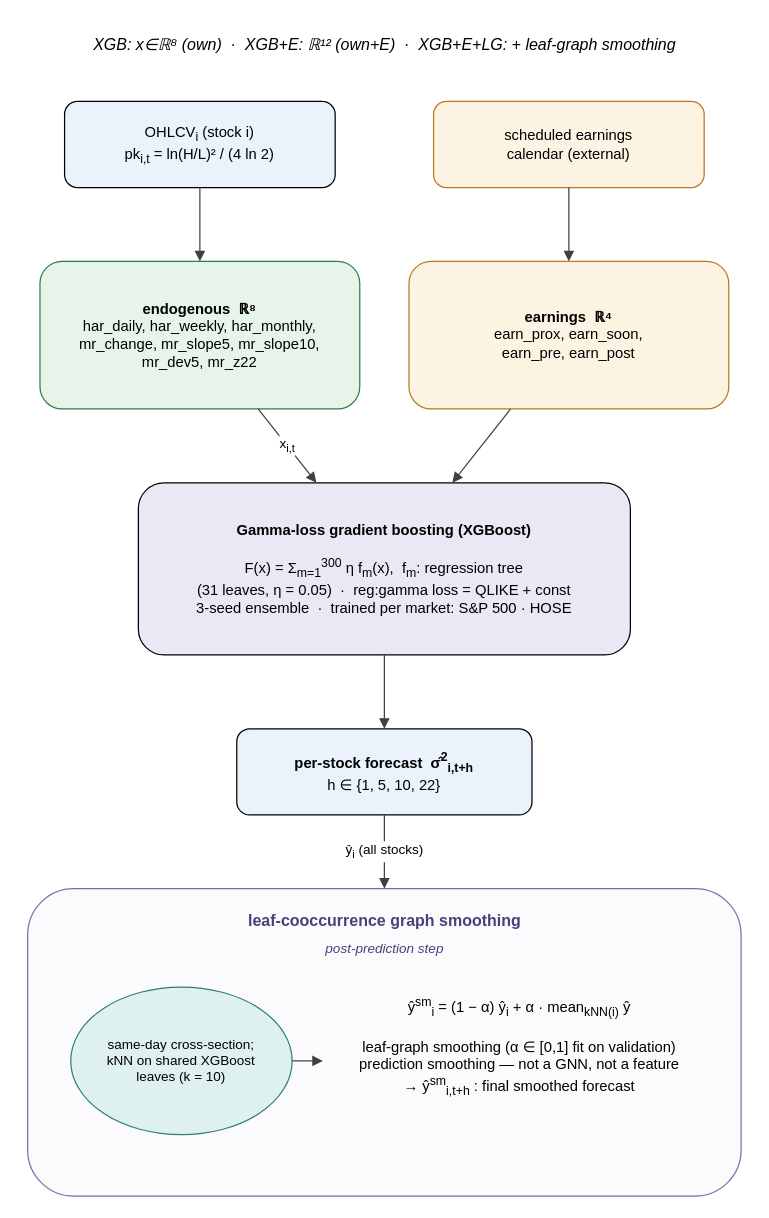
The draw.io diagram docs/paper/figures/fig_architecture.drawio in ntquy9901/stock_vol_prediction01, before the edit. Source tidied: cells renumbered, new cells numbered last; positions are measured from the earlier drawing's top-left corner, leaving out a move shared by most shapes. Both pictures are drawn from the tidied source at 123%, with x=0, y=0 at pixel (27, 27).
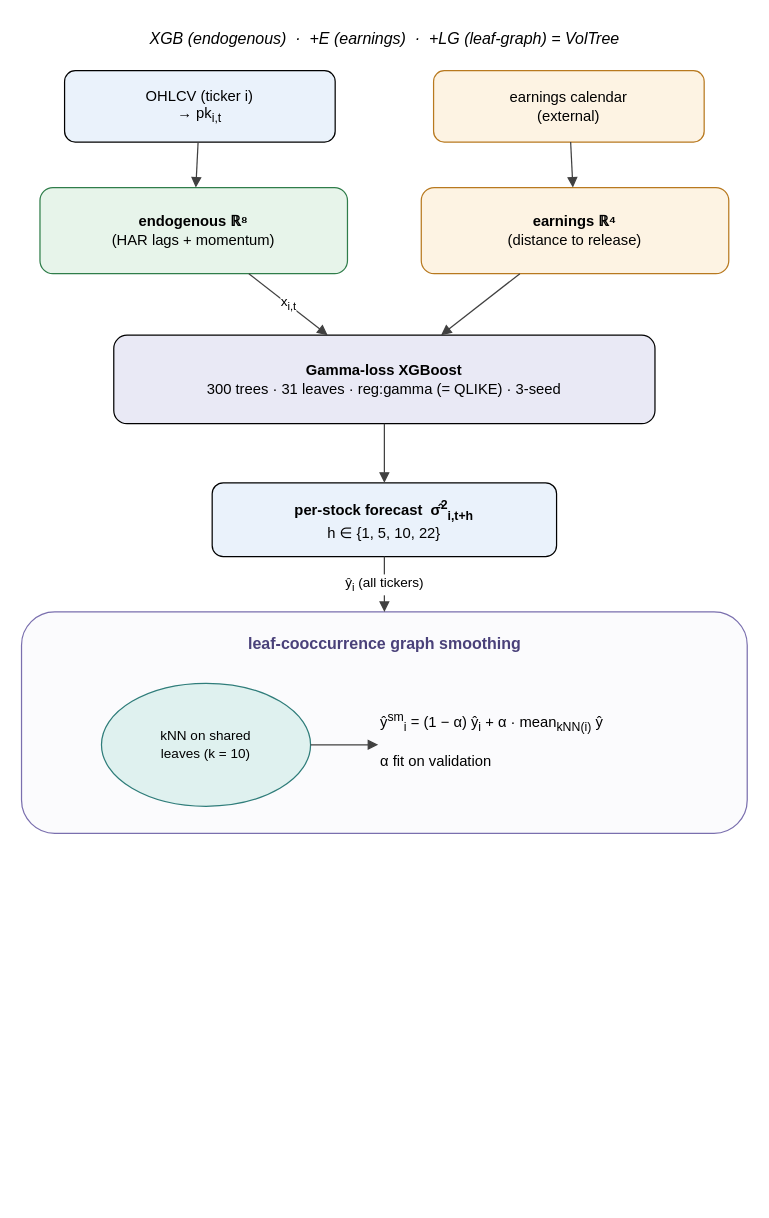
The same page after the edit.

What changed in the source:
```diff
@@
-    <mxCell id="2" value="XGB: x∈ℝ⁸ (own)  ·  XGB+E: ℝ¹² (own+E)  ·  XGB+E+LG: + leaf-graph smoothing" style="text;html=1;align=center;fontSize=13;fontStyle=2;" parent="1" vertex="1">
-      <mxGeometry x="10" width="560" height="30" as="geometry" />
+    <mxCell id="2" value="XGB (endogenous)  ·  +E (earnings)  ·  +LG (leaf-graph) = VolTree" style="text;html=1;align=center;fontSize=13;fontStyle=2;" parent="1" vertex="1">
+      <mxGeometry x="10" y="-5" width="560" height="26" as="geometry" />
     </mxCell>
-    <mxCell id="3" value="OHLCV&lt;sub&gt;i&lt;/sub&gt; (stock i)&lt;br&gt;pk&lt;sub&gt;i,t&lt;/sub&gt; = ln(H/L)² / (4 ln 2)" style="rounded=1;whiteSpace=wrap;html=1;fillColor=#eaf2fb;strokeColor=#000000;fontSize=12;verticalAlign=middle;" parent="1" vertex="1">
-      <mxGeometry x="30" y="60" width="220" height="70" as="geometry" />
+    <mxCell id="3" value="OHLCV (ticker i)&lt;br&gt;→ pk&lt;sub&gt;i,t&lt;/sub&gt;" style="rounded=1;whiteSpace=wrap;html=1;fillColor=#eaf2fb;strokeColor=#000000;fontSize=12;verticalAlign=middle;" parent="1" vertex="1">
+      <mxGeometry x="30" y="35" width="220" height="58" as="geometry" />
     </mxCell>
-    <mxCell id="4" value="scheduled earnings&lt;br&gt;calendar (external)" style="rounded=1;whiteSpace=wrap;html=1;fillColor=#fdf3e3;strokeColor=#b8791f;fontSize=12;verticalAlign=middle;" parent="1" vertex="1">
-      <mxGeometry x="330" y="60" width="220" height="70" as="geometry" />
+    <mxCell id="4" value="earnings calendar&lt;br&gt;(external)" style="rounded=1;whiteSpace=wrap;html=1;fillColor=#fdf3e3;strokeColor=#b8791f;fontSize=12;verticalAlign=middle;" parent="1" vertex="1">
+      <mxGeometry x="330" y="35" width="220" height="58" as="geometry" />
     </mxCell>
-    <mxCell id="5" value="&lt;b&gt;endogenous  ℝ⁸&lt;/b&gt;&lt;br&gt;har_daily, har_weekly, har_monthly,&lt;br&gt;mr_change, mr_slope5, mr_slope10,&lt;br&gt;mr_dev5, mr_z22" style="rounded=1;whiteSpace=wrap;html=1;fillColor=#e7f4ea;strokeColor=#2f7d4a;fontSize=12;verticalAlign=middle;" parent="1" vertex="1">
-      <mxGeometry x="10" y="190" width="260" height="120" as="geometry" />
+    <mxCell id="5" value="&lt;b&gt;endogenous ℝ⁸&lt;/b&gt;&lt;br&gt;(HAR lags + momentum)" style="rounded=1;whiteSpace=wrap;html=1;fillColor=#e7f4ea;strokeColor=#2f7d4a;fontSize=12;verticalAlign=middle;" parent="1" vertex="1">
+      <mxGeometry x="10" y="130" width="250" height="70" as="geometry" />
     </mxCell>
-    <mxCell id="6" value="&lt;b&gt;earnings  ℝ⁴&lt;/b&gt;&lt;br&gt;earn_prox, earn_soon,&lt;br&gt;earn_pre, earn_post" style="rounded=1;whiteSpace=wrap;html=1;fillColor=#fdf3e3;strokeColor=#b8791f;fontSize=12;verticalAlign=middle;" parent="1" vertex="1">
-      <mxGeometry x="310" y="190" width="260" height="120" as="geometry" />
+    <mxCell id="6" value="&lt;b&gt;earnings ℝ⁴&lt;/b&gt;&lt;br&gt;(distance to release)" style="rounded=1;whiteSpace=wrap;html=1;fillColor=#fdf3e3;strokeColor=#b8791f;fontSize=12;verticalAlign=middle;" parent="1" vertex="1">
+      <mxGeometry x="320" y="130" width="250" height="70" as="geometry" />
     </mxCell>
-    <mxCell id="7" value="&lt;b&gt;Gamma-loss gradient boosting (XGBoost)&lt;/b&gt;&lt;br&gt;&lt;br&gt;F(x) = Σ&lt;sub&gt;m=1&lt;/sub&gt;&lt;sup&gt;300&lt;/sup&gt; η f&lt;sub&gt;m&lt;/sub&gt;(x),  f&lt;sub&gt;m&lt;/sub&gt;: regression tree&lt;br&gt;(31 leaves, η = 0.05)  ·  reg:gamma loss = QLIKE + const&lt;br&gt;3-seed ensemble  ·  trained per market: S&amp;P 500 · HOSE" style="rounded=1;whiteSpace=wrap;html=1;fillColor=#e9e9f5;strokeColor=#000000;fontSize=12;verticalAlign=middle;" parent="1" vertex="1">
-      <mxGeometry x="90" y="370" width="400" height="140" as="geometry" />
+    <mxCell id="7" value="&lt;b&gt;Gamma-loss XGBoost&lt;/b&gt;&lt;br&gt;300 trees · 31 leaves · reg:gamma (= QLIKE) · 3-seed" style="rounded=1;whiteSpace=wrap;html=1;fillColor=#e9e9f5;strokeColor=#000000;fontSize=12;verticalAlign=middle;" parent="1" vertex="1">
+      <mxGeometry x="70" y="250" width="440" height="72" as="geometry" />
     </mxCell>
     <mxCell id="8" value="&lt;b&gt;per-stock forecast  σ̂&lt;sup&gt;2&lt;/sup&gt;&lt;sub&gt;i,t+h&lt;/sub&gt;&lt;/b&gt;&lt;br&gt;h ∈ {1, 5, 10, 22}" style="rounded=1;whiteSpace=wrap;html=1;fillColor=#eaf2fb;strokeColor=#000000;fontSize=12;verticalAlign=middle;" parent="1" vertex="1">
-      <mxGeometry x="170" y="570" width="240" height="70" as="geometry" />
+      <mxGeometry x="150" y="370" width="280" height="60" as="geometry" />
     </mxCell>
     <mxCell id="9" style="rounded=1;whiteSpace=wrap;html=1;fillColor=#fbfbfd;strokeColor=#7a6fae;verticalAlign=top;" parent="1" vertex="1">
-      <mxGeometry y="700" width="580" height="250" as="geometry" />
+      <mxGeometry x="-5" y="475" width="590" height="180" as="geometry" />
     </mxCell>
     <mxCell id="10" value="&lt;b&gt;leaf-cooccurrence graph smoothing&lt;/b&gt;" style="text;html=1;align=center;fontSize=13;fontColor=#4a417a;" parent="1" vertex="1">
-      <mxGeometry x="20" y="712" width="540" height="24" as="geometry" />
+      <mxGeometry x="15" y="487" width="550" height="24" as="geometry" />
     </mxCell>
-    <mxCell id="11" value="post-prediction step" style="text;html=1;align=center;fontSize=11;fontColor=#4a417a;fontStyle=2;" parent="1" vertex="1">
-      <mxGeometry x="20" y="736" width="540" height="20" as="geometry" />
-    </mxCell>
-    <mxCell id="12" value="same-day cross-section;&lt;br&gt;kNN on shared XGBoost&lt;br&gt;leaves (k = 10)" style="ellipse;whiteSpace=wrap;html=1;fillColor=#dff1ef;strokeColor=#2f7d7a;fontSize=11;verticalAlign=middle;" parent="1" vertex="1">
-      <mxGeometry x="35" y="780" width="180" height="120" as="geometry" />
+    <mxCell id="12" value="kNN on shared&lt;br&gt;leaves (k = 10)" style="ellipse;whiteSpace=wrap;html=1;fillColor=#dff1ef;strokeColor=#2f7d7a;fontSize=11;verticalAlign=middle;" parent="1" vertex="1">
+      <mxGeometry x="60" y="533" width="170" height="100" as="geometry" />
     </mxCell>
-    <mxCell id="13" value="ŷ&lt;sup&gt;sm&lt;/sup&gt;&lt;sub&gt;i&lt;/sub&gt; = (1 − α) ŷ&lt;sub&gt;i&lt;/sub&gt; + α · mean&lt;sub&gt;kNN(i)&lt;/sub&gt; ŷ&lt;br&gt;&lt;br&gt;leaf-graph smoothing (α ∈ [0,1] fit on validation)&lt;br&gt;prediction smoothing — not a GNN, not a feature&lt;br&gt;→ ŷ&lt;sup&gt;sm&lt;/sup&gt;&lt;sub&gt;i,t+h&lt;/sub&gt; : final smoothed forecast" style="text;html=1;align=center;fontSize=12;whiteSpace=wrap;" parent="1" vertex="1">
-      <mxGeometry x="240" y="780" width="320" height="120" as="geometry" />
+    <mxCell id="13" value="ŷ&lt;sup&gt;sm&lt;/sup&gt;&lt;sub&gt;i&lt;/sub&gt; = (1 − α) ŷ&lt;sub&gt;i&lt;/sub&gt; + α · mean&lt;sub&gt;kNN(i)&lt;/sub&gt; ŷ&lt;br&gt;&lt;br&gt;α fit on validation" style="text;html=1;align=left;fontSize=12;whiteSpace=wrap;" parent="1" vertex="1">
+      <mxGeometry x="285" y="548" width="300" height="70" as="geometry" />
     </mxCell>
@@
-    <mxCell id="19" value="ŷ&lt;sub&gt;i&lt;/sub&gt; (all stocks)" style="endArrow=block;html=1;strokeColor=#404040;fontSize=11;" parent="1" edge="1" source="8" target="9">
+    <mxCell id="19" value="ŷ&lt;sub&gt;i&lt;/sub&gt; (all tickers)" style="endArrow=block;html=1;strokeColor=#404040;fontSize=11;" parent="1" edge="1" source="8" target="9">
       <mxGeometry relative="1" as="geometry" />
     </mxCell>
-    <mxCell id="20" style="endArrow=block;html=1;strokeColor=#404040;" parent="1" edge="1" source="12" target="13">
+    <mxCell id="20" style="endArrow=block;html=1;strokeColor=#404040;exitX=1;exitY=0.5;exitDx=0;exitDy=0;entryX=0;entryY=0.5;entryDx=0;entryDy=0;" parent="1" edge="1" source="12" target="13">
       <mxGeometry relative="1" as="geometry" />
     </mxCell>
```
